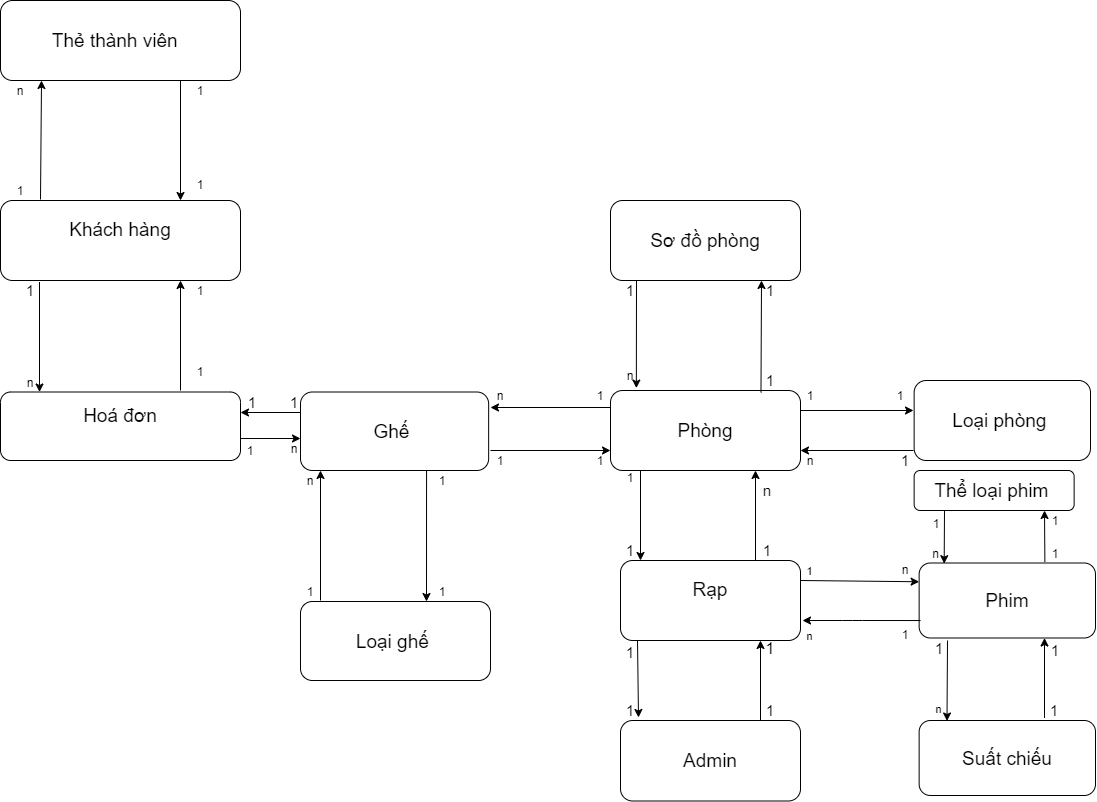
Earlier version of the draw.io export Untitled Diagram.png (ThuHuong0801/project2_document). Source tidied: cells renumbered, new cells last; positions are measured from the earlier drawing's top-left corner, leaving out a move shared by most shapes.
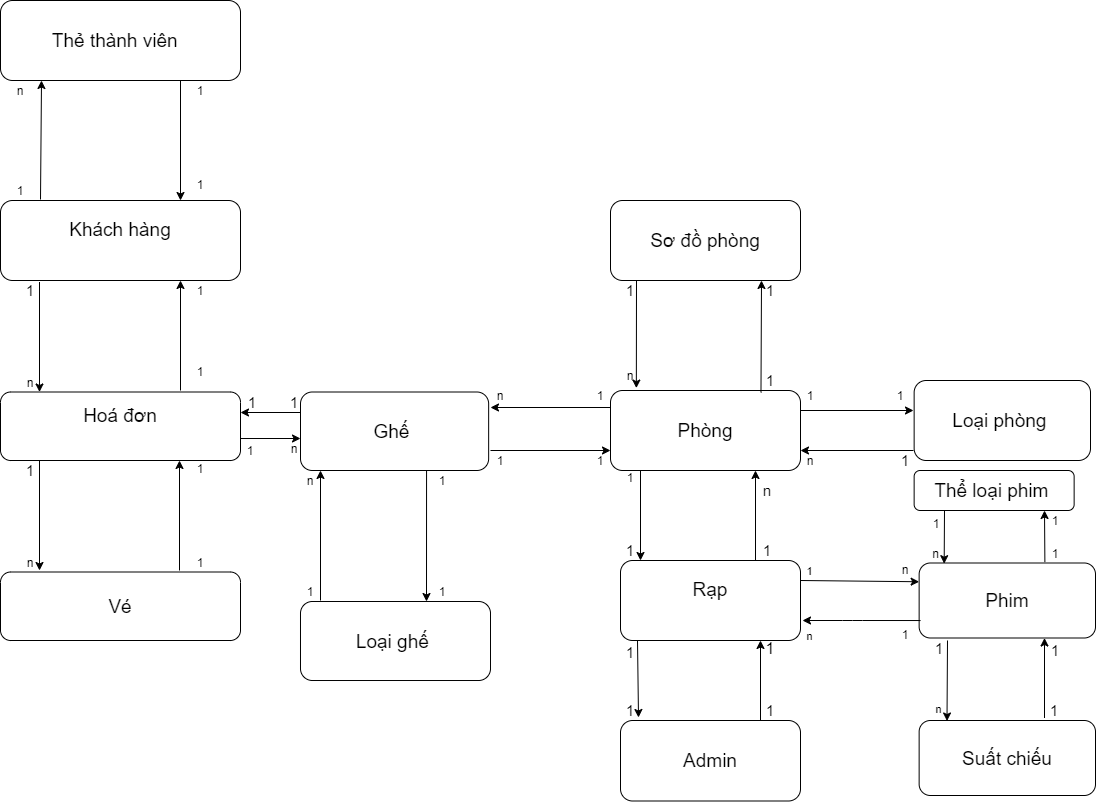
After the commit.

Diff of the diagram source:
```diff
@@ -316,5 +316,32 @@
     <mxCell id="86" value="&lt;span style=&quot;font-size: 11px&quot;&gt;n&lt;/span&gt;" style="text;html=1;strokeColor=none;fillColor=none;align=center;verticalAlign=middle;whiteSpace=wrap;rounded=0;fontSize=15;" parent="1" vertex="1">
       <mxGeometry x="922.1" y="700" width="33" height="13" as="geometry" />
     </mxCell>
+    <mxCell id="87" value="&lt;font style=&quot;font-size: 19px&quot;&gt;Vé&lt;br&gt;&lt;/font&gt;" style="rounded=1;whiteSpace=wrap;html=1;" parent="1" vertex="1">
+      <mxGeometry y="571.5" width="240" height="68.5" as="geometry" />
+    </mxCell>
+    <mxCell id="88" style="endArrow=classic;html=1;" parent="1" edge="1">
+      <mxGeometry relative="1" as="geometry">
+        <mxPoint x="39" y="460" as="sourcePoint" />
+        <mxPoint x="39" y="570" as="targetPoint" />
+      </mxGeometry>
+    </mxCell>
+    <mxCell id="89" style="endArrow=classic;html=1;entryX=0.75;entryY=1;entryDx=0;entryDy=0;" parent="1" edge="1">
+      <mxGeometry relative="1" as="geometry">
+        <mxPoint x="179" y="570" as="sourcePoint" />
+        <mxPoint x="179" y="460" as="targetPoint" />
+      </mxGeometry>
+    </mxCell>
+    <mxCell id="90" value="&lt;font style=&quot;font-size: 15px&quot;&gt;1&lt;/font&gt;" style="text;html=1;strokeColor=none;fillColor=none;align=center;verticalAlign=middle;whiteSpace=wrap;rounded=0;strokeWidth=18;" parent="1" vertex="1">
+      <mxGeometry x="9.9" y="460" width="40" height="20" as="geometry" />
+    </mxCell>
+    <mxCell id="91" value="1" style="text;html=1;strokeColor=none;fillColor=none;align=center;verticalAlign=middle;whiteSpace=wrap;rounded=0;" parent="1" vertex="1">
+      <mxGeometry x="180" y="457.5" width="40" height="20" as="geometry" />
+    </mxCell>
+    <mxCell id="92" value="1" style="text;html=1;strokeColor=none;fillColor=none;align=center;verticalAlign=middle;whiteSpace=wrap;rounded=0;" parent="1" vertex="1">
+      <mxGeometry x="180" y="551.5" width="40" height="20" as="geometry" />
+    </mxCell>
+    <mxCell id="93" value="n" style="text;html=1;strokeColor=none;fillColor=none;align=center;verticalAlign=middle;whiteSpace=wrap;rounded=0;" parent="1" vertex="1">
+      <mxGeometry x="9.9" y="551.5" width="39.9" height="20" as="geometry" />
+    </mxCell>
   </root>
 </mxGraphModel>
```
